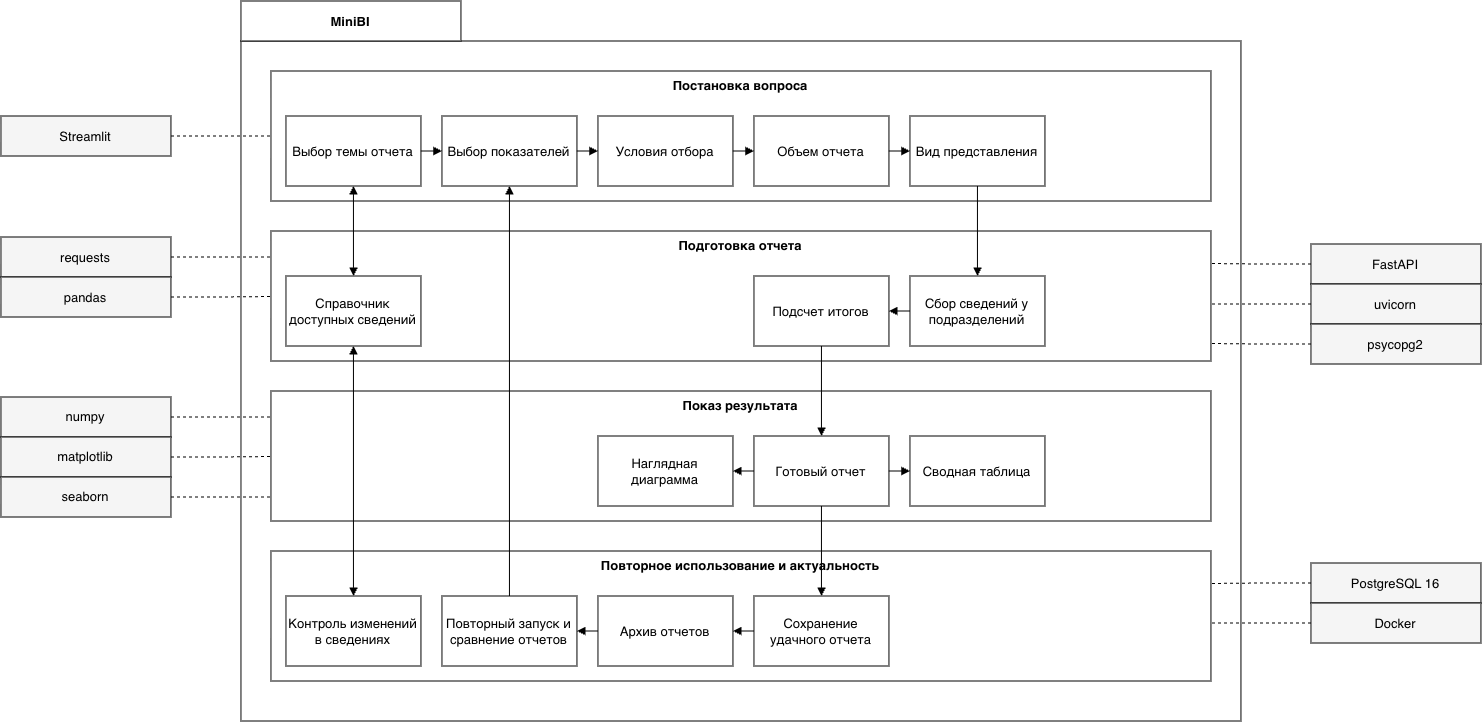
MathematicLove/spbstu-iccs-mcs-magistracy keeps this draw.io diagram as 1-sem/database-management/schema/l0_modules-2.png. Above is the earlier version. Source tidied: cells renumbered, new cells last; positions are measured from the earlier drawing's top-left corner, leaving out a move shared by most shapes.
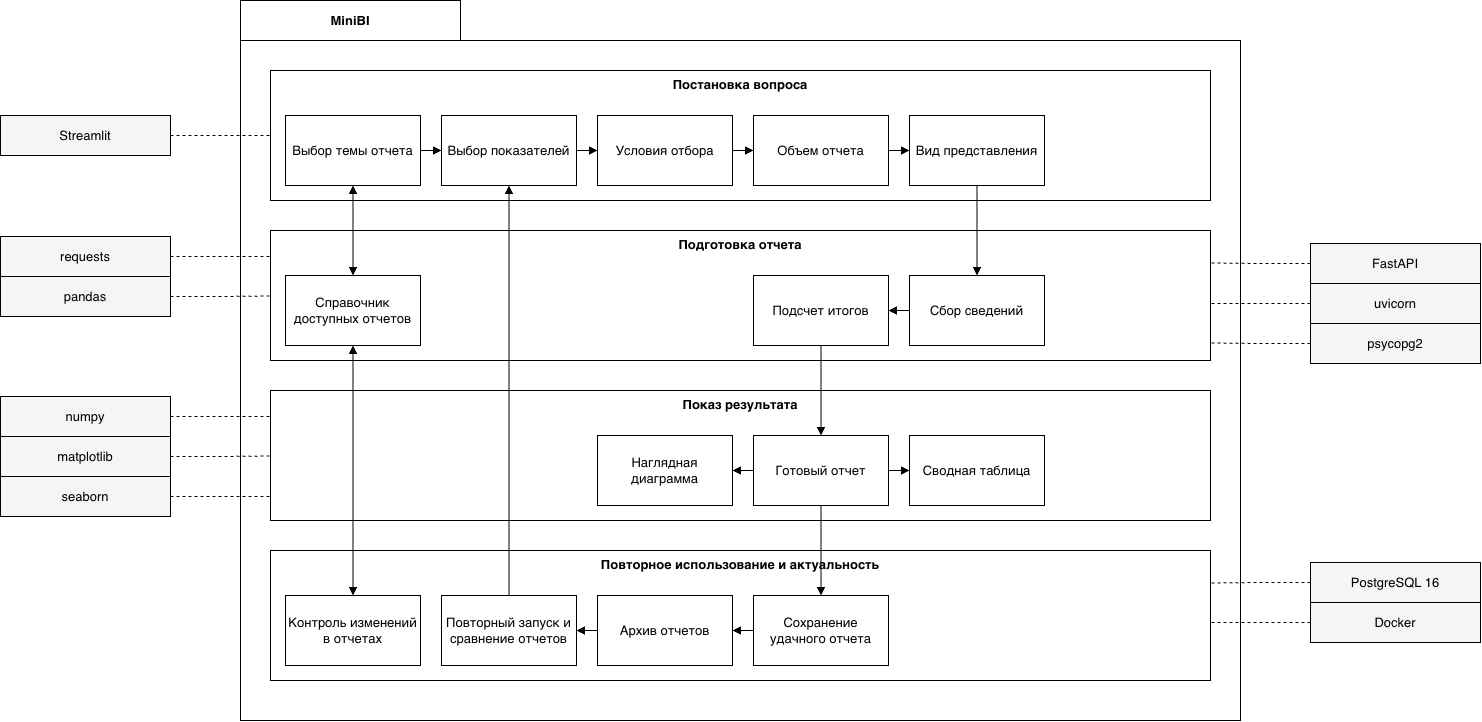
The same diagram one commit later.

The edit, as a diff of the source:
```diff
@@ -29,13 +29,13 @@
     <mxCell id="10" value="Подготовка отчета" style="rounded=0;whiteSpace=wrap;html=1;fontSize=13;verticalAlign=top;fontStyle=1;fillColor=none;" parent="1" vertex="1">
       <mxGeometry x="270" y="230" width="940" height="130" as="geometry" />
     </mxCell>
-    <mxCell id="11" value="Справочник доступных сведений" style="rounded=0;whiteSpace=wrap;html=1;fontSize=13;" parent="1" vertex="1">
+    <mxCell id="11" value="Справочник доступных отчетов" style="rounded=0;whiteSpace=wrap;html=1;fontSize=13;" parent="1" vertex="1">
       <mxGeometry x="285" y="275" width="135" height="70" as="geometry" />
     </mxCell>
     <mxCell id="12" value="Подсчет итогов" style="rounded=0;whiteSpace=wrap;html=1;fontSize=13;" parent="1" vertex="1">
       <mxGeometry x="753" y="275" width="135" height="70" as="geometry" />
     </mxCell>
-    <mxCell id="13" value="Сбор сведений у подразделений" style="rounded=0;whiteSpace=wrap;html=1;fontSize=13;" parent="1" vertex="1">
+    <mxCell id="13" value="Сбор сведений" style="rounded=0;whiteSpace=wrap;html=1;fontSize=13;" parent="1" vertex="1">
       <mxGeometry x="909" y="275" width="135" height="70" as="geometry" />
     </mxCell>
     <mxCell id="14" value="Показ результата" style="rounded=0;whiteSpace=wrap;html=1;fontSize=13;verticalAlign=top;fontStyle=1;fillColor=none;" parent="1" vertex="1">
@@ -53,7 +53,7 @@
     <mxCell id="18" value="Повторное использование и актуальность" style="rounded=0;whiteSpace=wrap;html=1;fontSize=13;verticalAlign=top;fontStyle=1;fillColor=none;" parent="1" vertex="1">
       <mxGeometry x="270" y="550" width="940" height="130" as="geometry" />
     </mxCell>
-    <mxCell id="19" value="Контроль изменений в сведениях" style="rounded=0;whiteSpace=wrap;html=1;fontSize=13;" parent="1" vertex="1">
+    <mxCell id="19" value="Контроль изменений в отчетах" style="rounded=0;whiteSpace=wrap;html=1;fontSize=13;" parent="1" vertex="1">
       <mxGeometry x="285" y="595" width="135" height="70" as="geometry" />
     </mxCell>
     <mxCell id="20" value="Повторный запуск и сравнение отчетов" style="rounded=0;whiteSpace=wrap;html=1;fontSize=13;" parent="1" vertex="1">
```
